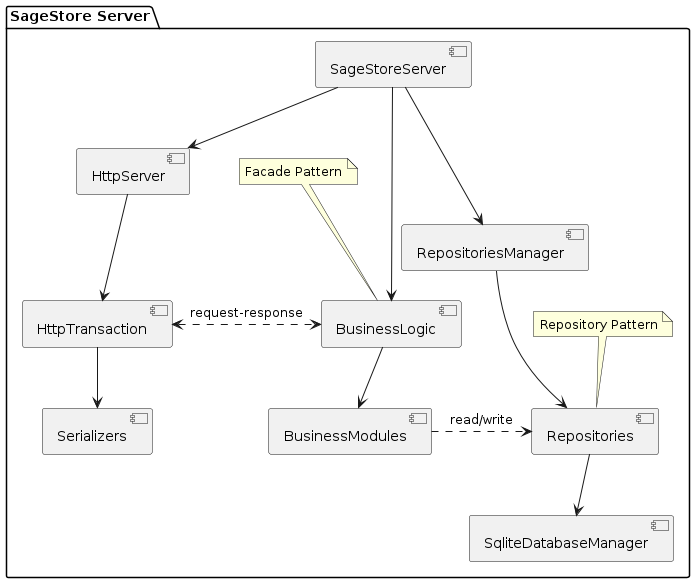
Above: docs/server/Server_Design.png in Sage-Cat/SageStore (PlantUML), before the change. Its diagram source:
```plantuml
@startuml
skinparam componentStyle uml2

package "SageStore Server" {
    [SageStoreServer] as SSS
    [HttpServer] as HS
    [HttpTransaction] as HT
    [Serializers] as S
    [BusinessLogic] as BLF
    [BusinessModules] as BM
    [RepositoriesManager] as RM
    [SqliteDatabaseManager] as DM
    [Repositories] as R

    SSS -down-> HS
    SSS -down-> BLF
    SSS -down-> RM

    HS -down-> HT
    HT -down-> S

    BLF -down-> BM
    HT <.> BLF : "request-response"

    RM -down-> R
    R -down-> DM

    BM .> R : "read/write"

    note "Repository Pattern" as RepoNote1
    RepoNote1 .. R

    note "Facade Pattern" as RepoNote2
    RepoNote2 .. BLF
}
@enduml
```
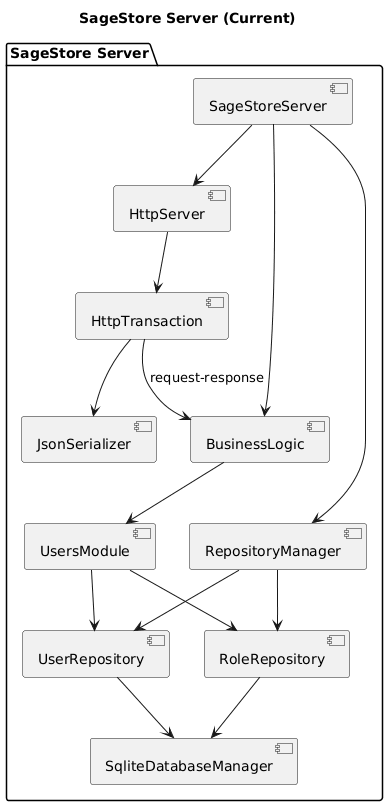
After the change.

Change to the diagram source:
```diff
@@ -1,36 +1,38 @@
 @startuml
 skinparam componentStyle uml2
 
+title SageStore Server (Current)
+
 package "SageStore Server" {
-    [SageStoreServer] as SSS
-    [HttpServer] as HS
-    [HttpTransaction] as HT
-    [Serializers] as S
-    [BusinessLogic] as BLF
-    [BusinessModules] as BM
-    [RepositoriesManager] as RM
-    [SqliteDatabaseManager] as DM
-    [Repositories] as R
+    [SageStoreServer] as APP
+    [HttpServer] as HTTP
+    [HttpTransaction] as TX
+    [JsonSerializer] as JSON
 
-    SSS -down-> HS
-    SSS -down-> BLF
-    SSS -down-> RM
+    [BusinessLogic] as BL
+    [UsersModule] as UM
 
-    HS -down-> HT
-    HT -down-> S
+    [RepositoryManager] as RM
+    [UserRepository] as UR
+    [RoleRepository] as RR
+    [SqliteDatabaseManager] as DB
 
-    BLF -down-> BM
-    HT <.> BLF : "request-response"
+    APP --> HTTP
+    APP --> BL
+    APP --> RM
 
-    RM -down-> R
-    R -down-> DM
+    HTTP --> TX
+    TX --> JSON
+    TX --> BL : request-response
 
-    BM .> R : "read/write"
+    BL --> UM
+    UM --> UR
+    UM --> RR
 
-    note "Repository Pattern" as RepoNote1
-    RepoNote1 .. R
+    RM --> UR
+    RM --> RR
+    UR --> DB
+    RR --> DB
+}
 
-    note "Facade Pattern" as RepoNote2
-    RepoNote2 .. BLF
-}
 @enduml
```
